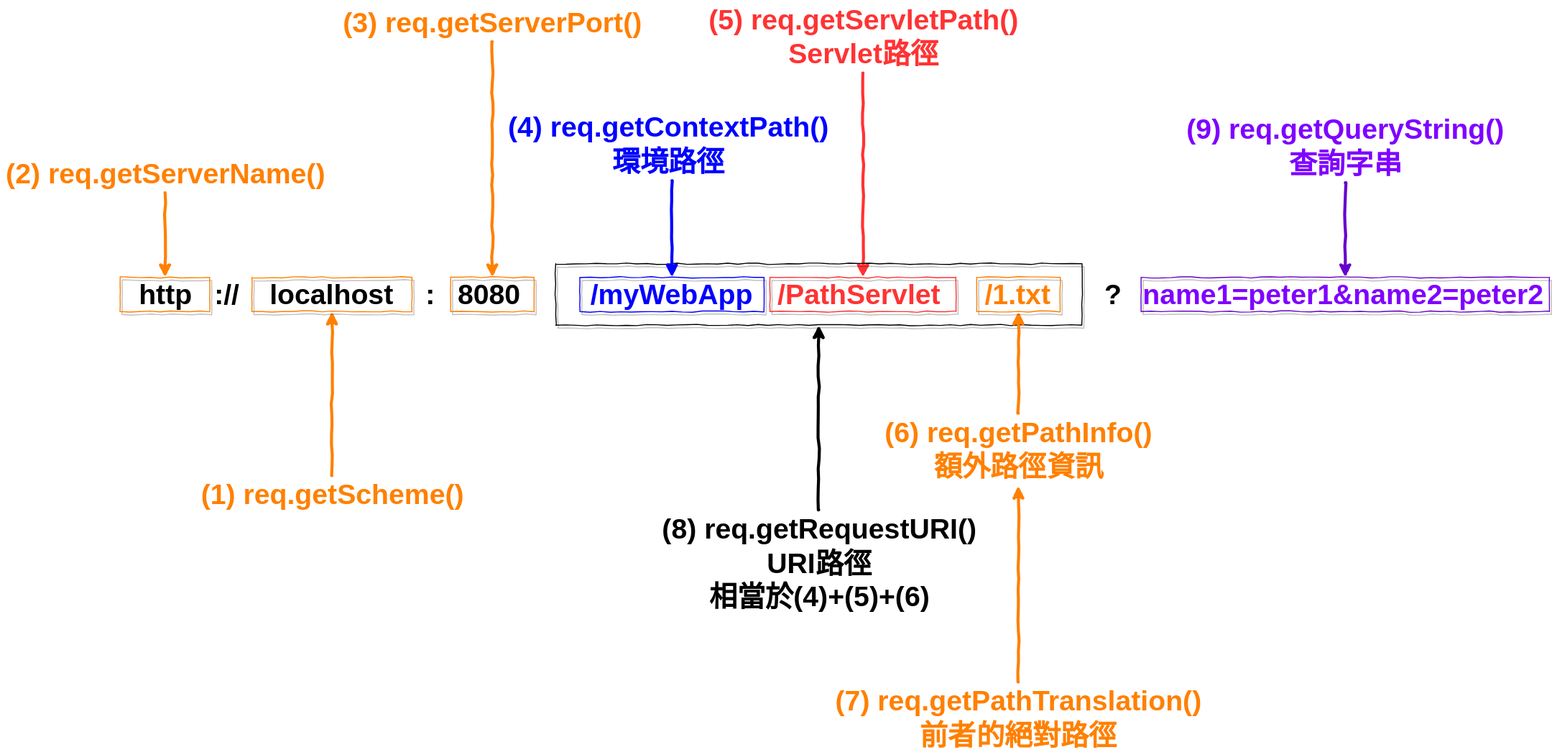
Before: 03.JAVA/06.JAVA程式設計-影片/01.Servlet基礎篇/04.JavaServlet的優勢/image/01.JavaServlet的優勢.01.dio.svg, a diagram exported from draw.io (leisure0621/tibame). Source tidied: cells renumbered, new cells last; positions are measured from the earlier drawing's top-left corner, leaving out a move shared by most shapes. The source it was exported from:
```xml
<mxGraphModel>
  <root>
    <mxCell id="0" />
    <mxCell id="1" parent="0" />
    <mxCell id="2" style="edgeStyle=orthogonalEdgeStyle;rounded=0;comic=1;jettySize=auto;html=1;entryX=0.5;entryY=0;entryDx=0;entryDy=0;fontSize=28;strokeColor=#FF3333;strokeWidth=3;" parent="1" edge="1" source="3" target="28">
      <mxGeometry relative="1" as="geometry" />
    </mxCell>
    <mxCell id="3" value="(5) req.getServletPath()&lt;br style=&quot;font-size: 28px;&quot;&gt;Servlet路徑" style="text;html=1;align=center;verticalAlign=middle;points=[];fontColor=#FF3333;comic=1;fontSize=28;fontStyle=1;" parent="1" vertex="1">
      <mxGeometry x="698.5" width="318" height="72" as="geometry" />
    </mxCell>
    <mxCell id="4" style="rounded=0;whiteSpace=wrap;html=1;fontColor=#000000;align=left;fillColor=none;strokeColor=#000000;shadow=1;comic=1;" parent="1" vertex="1">
      <mxGeometry x="552" y="261.5" width="523" height="61" as="geometry" />
    </mxCell>
    <mxCell id="5" value="http" style="text;html=1;align=left;verticalAlign=middle;strokeColor=none;fontSize=28;fontStyle=1;" parent="1" vertex="1">
      <mxGeometry x="136" y="273" width="63" height="38" as="geometry" />
    </mxCell>
    <mxCell id="6" value="/myWebApp" style="text;html=1;align=left;verticalAlign=middle;fontColor=#0000FF;fontSize=28;fontStyle=1;" parent="1" vertex="1">
      <mxGeometry x="584.5" y="273" width="171" height="38" as="geometry" />
    </mxCell>
    <mxCell id="7" value="/PathServlet" style="text;html=1;align=left;verticalAlign=middle;fontColor=#FF3333;fontSize=28;fontStyle=1;" parent="1" vertex="1">
      <mxGeometry x="771" y="273" width="172" height="38" as="geometry" />
    </mxCell>
    <mxCell id="8" value="/1.txt" style="text;html=1;align=left;verticalAlign=middle;fontColor=#FF8000;fontSize=28;fontStyle=1;" parent="1" vertex="1">
      <mxGeometry x="976.5" y="273" width="75" height="38" as="geometry" />
    </mxCell>
    <mxCell id="9" value="?" style="text;html=1;align=left;verticalAlign=middle;fontSize=28;fontStyle=1;" parent="1" vertex="1">
      <mxGeometry x="1096" y="273" width="27" height="38" as="geometry" />
    </mxCell>
    <mxCell id="10" value="name1=peter1&amp;amp;name2=peter2" style="text;html=1;align=left;verticalAlign=middle;fontColor=#7F00FF;fontSize=28;fontStyle=1;" parent="1" vertex="1">
      <mxGeometry x="1134" y="273" width="408" height="38" as="geometry" />
    </mxCell>
    <mxCell id="11" style="edgeStyle=orthogonalEdgeStyle;rounded=0;comic=1;jettySize=auto;html=1;entryX=0.5;entryY=1;entryDx=0;entryDy=0;fontSize=28;strokeColor=#FF8000;strokeWidth=3;" parent="1" edge="1" source="12" target="36">
      <mxGeometry relative="1" as="geometry" />
    </mxCell>
    <mxCell id="12" value="(1) req.getScheme()" style="text;html=1;align=center;verticalAlign=middle;points=[];fontColor=#FF8000;comic=1;fontSize=28;fontStyle=1;" parent="1" vertex="1">
      <mxGeometry x="194" y="472" width="271" height="38" as="geometry" />
    </mxCell>
    <mxCell id="13" style="edgeStyle=orthogonalEdgeStyle;rounded=0;jettySize=auto;html=1;entryX=0.5;entryY=0;entryDx=0;entryDy=0;fontSize=28;comic=1;strokeColor=#FF8000;strokeWidth=3;" parent="1" edge="1" source="14" target="37">
      <mxGeometry relative="1" as="geometry" />
    </mxCell>
    <mxCell id="14" value="(2) req.getServerName()" style="text;html=1;align=center;verticalAlign=middle;points=[];fontColor=#FF8000;comic=1;fontSize=28;fontStyle=1;" parent="1" vertex="1">
      <mxGeometry y="153" width="327" height="38" as="geometry" />
    </mxCell>
    <mxCell id="15" style="edgeStyle=orthogonalEdgeStyle;rounded=0;comic=1;jettySize=auto;html=1;entryX=0.5;entryY=0;entryDx=0;entryDy=0;fontSize=28;strokeColor=#FF8000;strokeWidth=3;" parent="1" edge="1" source="16" target="35">
      <mxGeometry relative="1" as="geometry" />
    </mxCell>
    <mxCell id="16" value="(3) req.getServerPort()" style="text;html=1;align=center;verticalAlign=middle;points=[];fontColor=#FF8000;comic=1;fontSize=28;fontStyle=1;" parent="1" vertex="1">
      <mxGeometry x="335.5" y="3" width="307" height="38" as="geometry" />
    </mxCell>
    <mxCell id="17" style="edgeStyle=orthogonalEdgeStyle;rounded=0;comic=1;jettySize=auto;html=1;fontSize=28;strokeColor=#0000FF;strokeWidth=3;" parent="1" edge="1" source="18" target="27">
      <mxGeometry relative="1" as="geometry" />
    </mxCell>
    <mxCell id="18" value="(4) req.getContextPath()&lt;br style=&quot;font-size: 28px;&quot;&gt;&lt;div style=&quot;text-align: center; font-size: 28px;&quot;&gt;&lt;span style=&quot;font-size: 28px;&quot;&gt;環境路徑&lt;/span&gt;&lt;/div&gt;" style="text;html=1;align=left;verticalAlign=middle;points=[];fontColor=#0000FF;comic=1;fontSize=28;fontStyle=1;" parent="1" vertex="1">
      <mxGeometry x="503" y="107" width="329" height="72" as="geometry" />
    </mxCell>
    <mxCell id="19" style="edgeStyle=orthogonalEdgeStyle;rounded=0;comic=1;jettySize=auto;html=1;entryX=0.5;entryY=1;entryDx=0;entryDy=0;fontSize=28;strokeColor=#FF8000;strokeWidth=3;" parent="1" edge="1" source="20" target="30">
      <mxGeometry relative="1" as="geometry" />
    </mxCell>
    <mxCell id="20" value="(6) req.getPathInfo()&lt;br style=&quot;font-size: 28px;&quot;&gt;額外路徑資訊" style="text;html=1;align=center;verticalAlign=middle;points=[];fontColor=#FF8000;comic=1;fontSize=28;fontStyle=1;" parent="1" vertex="1">
      <mxGeometry x="874" y="410" width="276" height="72" as="geometry" />
    </mxCell>
    <mxCell id="21" style="edgeStyle=orthogonalEdgeStyle;rounded=0;comic=1;jettySize=auto;html=1;fontSize=28;strokeColor=#FF8000;strokeWidth=3;" parent="1" edge="1" source="22" target="20">
      <mxGeometry relative="1" as="geometry" />
    </mxCell>
    <mxCell id="22" value="(7) req.getPathTranslation()&lt;br style=&quot;font-size: 28px;&quot;&gt;前者的絕對路徑" style="text;html=1;align=center;verticalAlign=middle;points=[];fontColor=#FF8000;comic=1;fontSize=28;fontStyle=1;" parent="1" vertex="1">
      <mxGeometry x="825" y="677" width="374" height="72" as="geometry" />
    </mxCell>
    <mxCell id="23" style="edgeStyle=none;rounded=0;comic=1;jettySize=auto;html=1;strokeColor=#000000;strokeWidth=3;fontSize=28;" parent="1" edge="1" source="24" target="4">
      <mxGeometry relative="1" as="geometry" />
    </mxCell>
    <mxCell id="24" value="(8) req.getRequestURI()&lt;br style=&quot;font-size: 28px;&quot;&gt;URI路徑&lt;br style=&quot;font-size: 28px;&quot;&gt;相當於(4)+(5)+(6)" style="text;html=1;align=center;verticalAlign=middle;points=[];fontColor=#000000;comic=1;fontSize=28;fontStyle=1;" parent="1" vertex="1">
      <mxGeometry x="652" y="506" width="323" height="106" as="geometry" />
    </mxCell>
    <mxCell id="25" style="edgeStyle=orthogonalEdgeStyle;rounded=0;comic=1;jettySize=auto;html=1;fontSize=28;strokeColor=#6600CC;strokeWidth=3;" parent="1" edge="1" source="26" target="29">
      <mxGeometry relative="1" as="geometry" />
    </mxCell>
    <mxCell id="26" value="(9) req.getQueryString()&lt;br style=&quot;font-size: 28px;&quot;&gt;查詢字串" style="text;html=1;align=center;verticalAlign=middle;points=[];fontColor=#7F00FF;comic=1;fontSize=28;fontStyle=1;" parent="1" vertex="1">
      <mxGeometry x="1174" y="109" width="326" height="72" as="geometry" />
    </mxCell>
    <mxCell id="27" style="rounded=0;whiteSpace=wrap;html=1;fontColor=#000000;align=left;fillColor=none;strokeColor=#0000FF;shadow=1;comic=1;" parent="1" vertex="1">
      <mxGeometry x="576" y="275" width="183" height="34" as="geometry" />
    </mxCell>
    <mxCell id="28" style="rounded=0;whiteSpace=wrap;html=1;fontColor=#000000;align=left;fillColor=none;strokeColor=#FF3333;shadow=1;comic=1;strokeWidth=1;" parent="1" vertex="1">
      <mxGeometry x="765" y="275" width="185" height="34" as="geometry" />
    </mxCell>
    <mxCell id="29" style="rounded=0;whiteSpace=wrap;html=1;fontColor=#000000;align=left;fillColor=none;strokeColor=#6600CC;shadow=1;comic=1;" parent="1" vertex="1">
      <mxGeometry x="1134" y="275" width="406" height="34" as="geometry" />
    </mxCell>
    <mxCell id="30" style="rounded=0;whiteSpace=wrap;html=1;fontColor=#000000;align=left;fillColor=none;strokeColor=#FF8000;shadow=1;comic=1;" parent="1" vertex="1">
      <mxGeometry x="970.5" y="275" width="83" height="34" as="geometry" />
    </mxCell>
    <mxCell id="31" value="localhost" style="text;html=1;align=left;verticalAlign=middle;strokeColor=none;fontSize=28;fontStyle=1;" parent="1" vertex="1">
      <mxGeometry x="266" y="273" width="133" height="38" as="geometry" />
    </mxCell>
    <mxCell id="32" value="8080" style="text;html=1;align=left;verticalAlign=middle;strokeColor=none;fontSize=28;fontStyle=1;" parent="1" vertex="1">
      <mxGeometry x="453" y="273" width="72" height="38" as="geometry" />
    </mxCell>
    <mxCell id="33" value="://" style="text;html=1;align=left;verticalAlign=middle;strokeColor=none;fontSize=28;fontStyle=1;" parent="1" vertex="1">
      <mxGeometry x="211" y="273" width="35" height="38" as="geometry" />
    </mxCell>
    <mxCell id="34" value=":" style="text;html=1;align=left;verticalAlign=middle;strokeColor=none;fontSize=28;fontStyle=1;" parent="1" vertex="1">
      <mxGeometry x="421" y="273" width="19" height="38" as="geometry" />
    </mxCell>
    <mxCell id="35" style="rounded=0;whiteSpace=wrap;html=1;fontColor=#000000;align=left;fillColor=none;strokeColor=#FF8000;shadow=1;comic=1;" parent="1" vertex="1">
      <mxGeometry x="447.5" y="275" width="83" height="34" as="geometry" />
    </mxCell>
    <mxCell id="36" style="rounded=0;whiteSpace=wrap;html=1;fontColor=#000000;align=left;fillColor=none;strokeColor=#FF8000;shadow=1;comic=1;" parent="1" vertex="1">
      <mxGeometry x="250" y="275" width="159" height="34" as="geometry" />
    </mxCell>
    <mxCell id="37" style="rounded=0;whiteSpace=wrap;html=1;fontColor=#000000;align=left;fillColor=none;strokeColor=#FF8000;shadow=1;comic=1;" parent="1" vertex="1">
      <mxGeometry x="119" y="275" width="89" height="34" as="geometry" />
    </mxCell>
  </root>
</mxGraphModel>
```
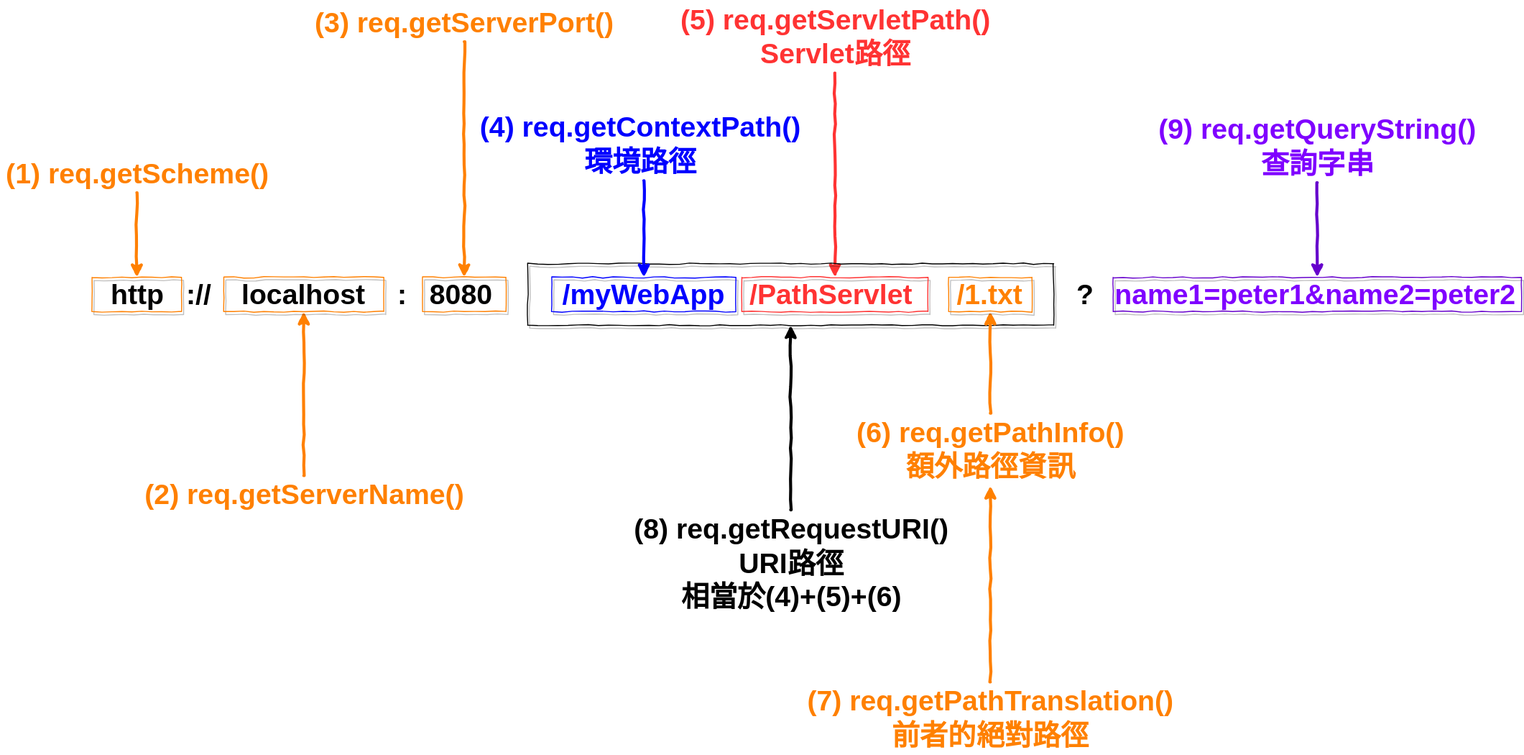
Later version of the same file.

Diff of the diagram source:
```diff
@@ -32,14 +32,14 @@
     <mxCell id="11" style="edgeStyle=orthogonalEdgeStyle;rounded=0;comic=1;jettySize=auto;html=1;entryX=0.5;entryY=1;entryDx=0;entryDy=0;fontSize=28;strokeColor=#FF8000;strokeWidth=3;" parent="1" edge="1" source="12" target="36">
       <mxGeometry relative="1" as="geometry" />
     </mxCell>
-    <mxCell id="12" value="(1) req.getScheme()" style="text;html=1;align=center;verticalAlign=middle;points=[];fontColor=#FF8000;comic=1;fontSize=28;fontStyle=1;" parent="1" vertex="1">
-      <mxGeometry x="194" y="472" width="271" height="38" as="geometry" />
+    <mxCell id="12" value="(2) req.getServerName()" style="text;html=1;align=center;verticalAlign=middle;points=[];fontColor=#FF8000;comic=1;fontSize=28;fontStyle=1;" parent="1" vertex="1">
+      <mxGeometry x="166" y="472" width="327" height="38" as="geometry" />
     </mxCell>
     <mxCell id="13" style="edgeStyle=orthogonalEdgeStyle;rounded=0;jettySize=auto;html=1;entryX=0.5;entryY=0;entryDx=0;entryDy=0;fontSize=28;comic=1;strokeColor=#FF8000;strokeWidth=3;" parent="1" edge="1" source="14" target="37">
       <mxGeometry relative="1" as="geometry" />
     </mxCell>
-    <mxCell id="14" value="(2) req.getServerName()" style="text;html=1;align=center;verticalAlign=middle;points=[];fontColor=#FF8000;comic=1;fontSize=28;fontStyle=1;" parent="1" vertex="1">
-      <mxGeometry y="153" width="327" height="38" as="geometry" />
+    <mxCell id="14" value="(1) req.getScheme()" style="text;html=1;align=center;verticalAlign=middle;points=[];fontColor=#FF8000;comic=1;fontSize=28;fontStyle=1;" parent="1" vertex="1">
+      <mxGeometry x="28" y="153" width="271" height="38" as="geometry" />
     </mxCell>
     <mxCell id="15" style="edgeStyle=orthogonalEdgeStyle;rounded=0;comic=1;jettySize=auto;html=1;entryX=0.5;entryY=0;entryDx=0;entryDy=0;fontSize=28;strokeColor=#FF8000;strokeWidth=3;" parent="1" edge="1" source="16" target="35">
       <mxGeometry relative="1" as="geometry" />
```
